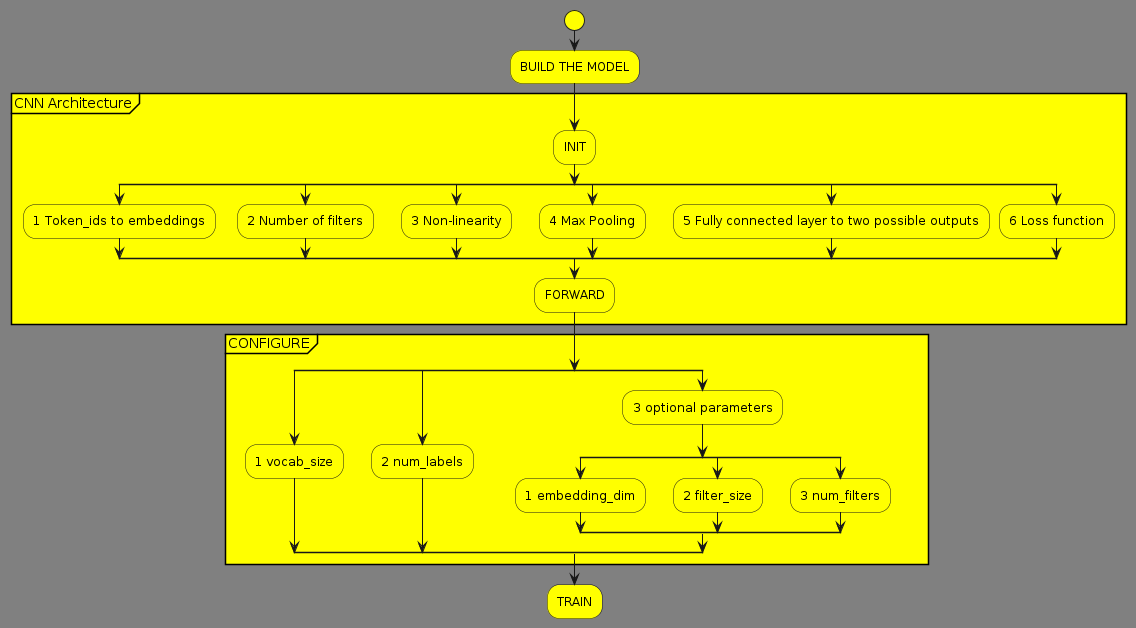
Above: week2/out/cnn2/cnn2.png in heinohen/TKO_8965_deep_learning_HLT (PlantUML), before the change.
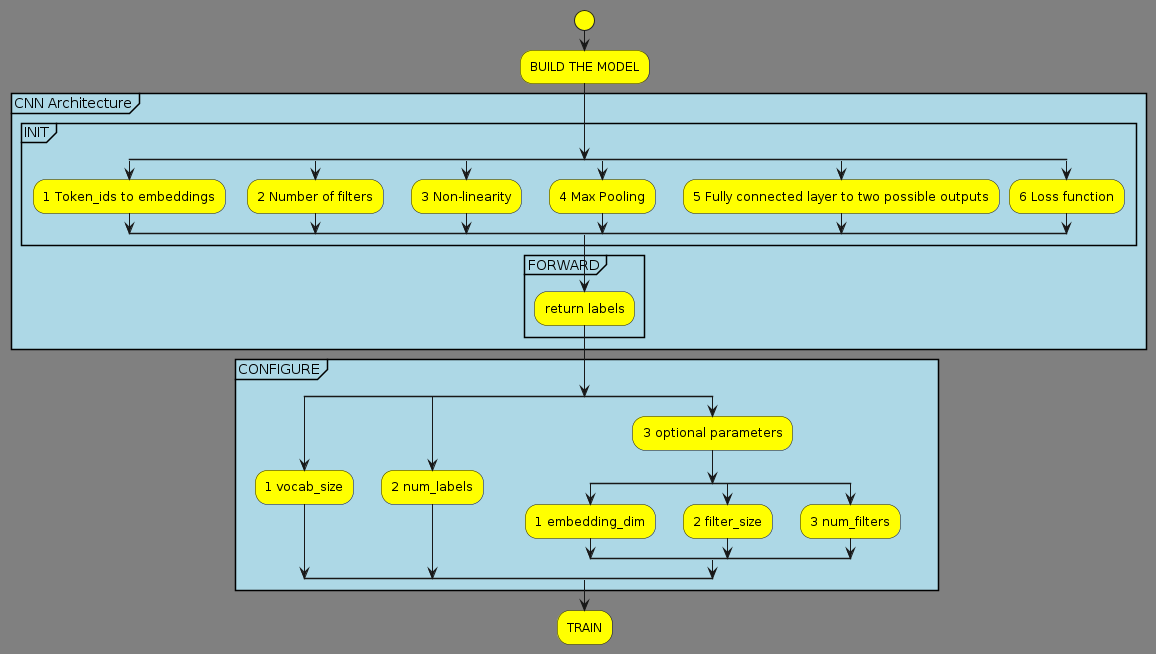
Later version of the same file.

Change to the diagram source:
```diff
@@ -14,8 +14,8 @@
 </style>
 start
 :BUILD THE MODEL;
-partition CNN Architecture {
-    :INIT;
+partition #LightBlue CNN Architecture {
+    partition #LightBlue INIT {
     split
         :1 Token_ids to embeddings;
     split again
@@ -29,9 +29,12 @@
     split again
         :6 Loss function;
     end split
-    :FORWARD;
+    }
+    partition #LightBlue FORWARD{
+        :return labels;
+    }
 }
-partition CONFIGURE {
+partition #LightBlue CONFIGURE {
     split
         :1 vocab_size;
     split again
```
